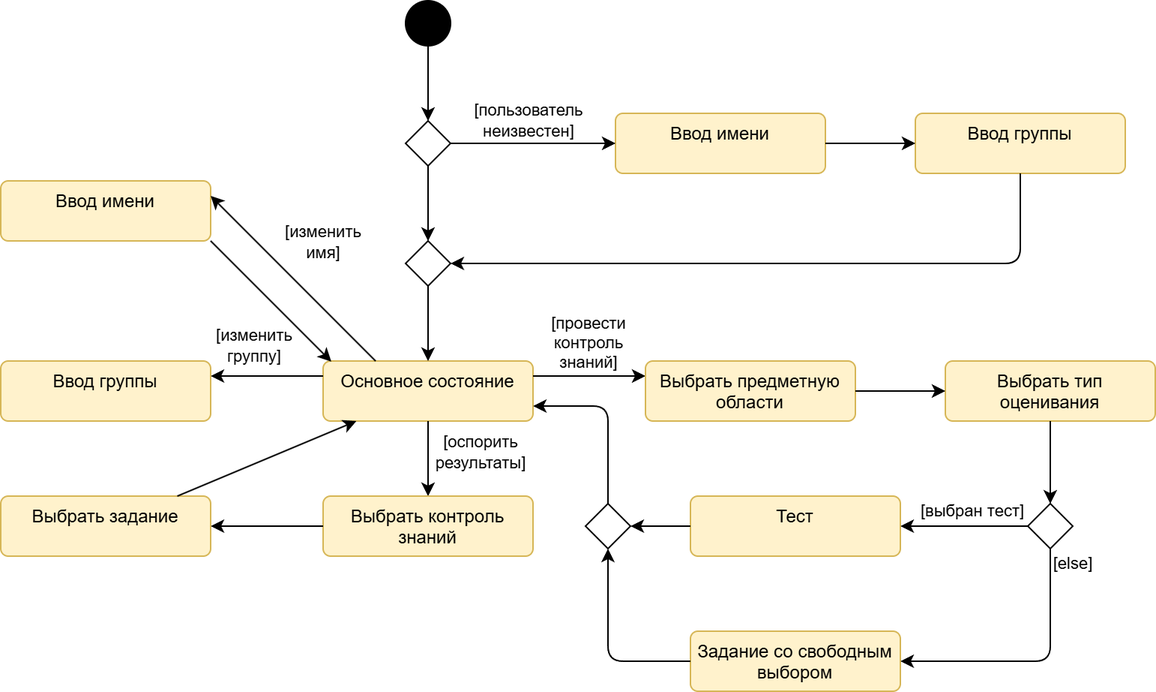
Before: docs/diagrams/state_machine.png, a diagram exported from draw.io (aVorotnikov/ontologer). Source tidied: cells renumbered, new cells last; positions are measured from the earlier drawing's top-left corner, leaving out a move shared by most shapes.
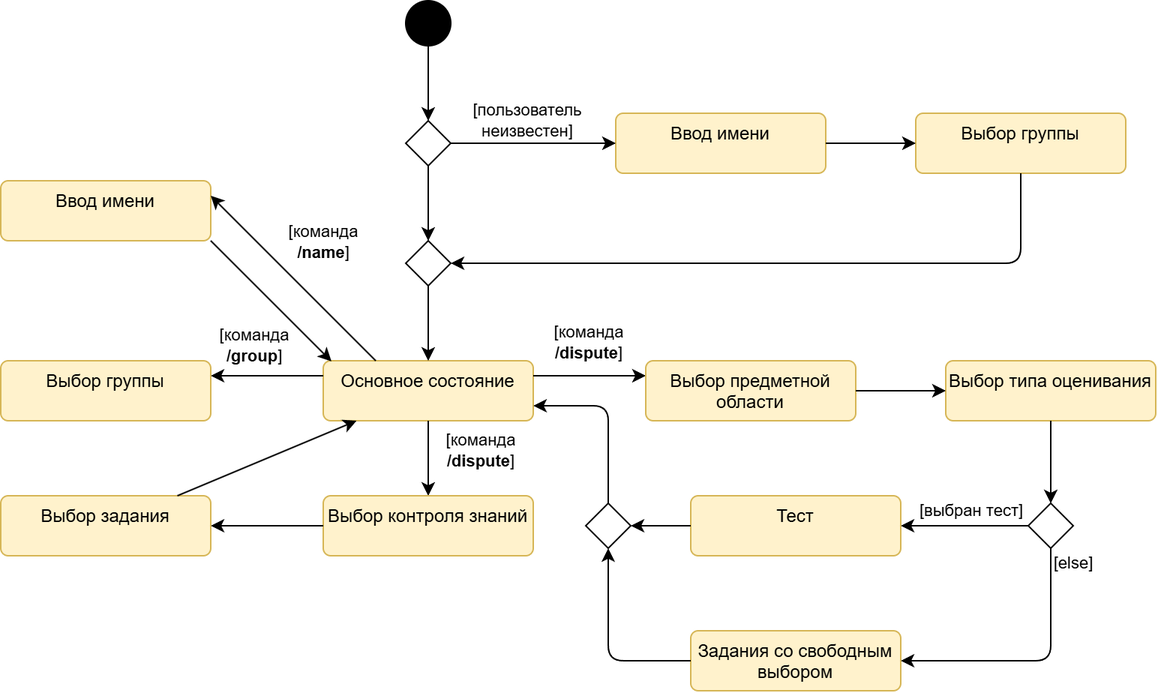
After the change.

Commit message:
Исправлены формулировки

The edit, as a diff of the source:
```diff
@@ -22,7 +22,7 @@
         <mxPoint y="-14" as="offset" />
       </mxGeometry>
     </mxCell>
-    <mxCell id="8" value="Ввод группы" style="html=1;align=center;verticalAlign=top;rounded=1;absoluteArcSize=1;arcSize=10;dashed=0;whiteSpace=wrap;fillColor=#fff2cc;strokeColor=#d6b656;" parent="1" vertex="1">
+    <mxCell id="8" value="Выбор&amp;nbsp;группы" style="html=1;align=center;verticalAlign=top;rounded=1;absoluteArcSize=1;arcSize=10;dashed=0;whiteSpace=wrap;fillColor=#fff2cc;strokeColor=#d6b656;" parent="1" vertex="1">
       <mxGeometry x="610" y="75" width="140" height="40" as="geometry" />
     </mxCell>
     <mxCell id="9" style="endArrow=classic;html=1;rounded=1;exitX=1;exitY=0.5;exitDx=0;exitDy=0;entryX=0;entryY=0.5;entryDx=0;entryDy=0;curved=0;" parent="1" edge="1" source="5" target="8">
@@ -50,12 +50,12 @@
     <mxCell id="15" style="endArrow=classic;html=1;rounded=1;exitX=1;exitY=0.25;exitDx=0;exitDy=0;curved=0;entryX=0;entryY=0.25;entryDx=0;entryDy=0;" parent="1" edge="1" source="10" target="30">
       <mxGeometry relative="1" as="geometry" />
     </mxCell>
-    <mxCell id="16" value="[провести&lt;div&gt;контроль&lt;/div&gt;&lt;div&gt;знаний]&lt;/div&gt;" style="edgeLabel;html=1;align=center;verticalAlign=middle;" parent="15" vertex="1">
+    <mxCell id="16" value="[команда&lt;div&gt;&lt;span style=&quot;background-color: light-dark(#ffffff, var(--ge-dark-color, #121212)); color: light-dark(rgb(0, 0, 0), rgb(255, 255, 255));&quot;&gt;&lt;b&gt;/dispute&lt;/b&gt;]&lt;/span&gt;&lt;/div&gt;" style="edgeLabel;html=1;align=center;verticalAlign=middle;" parent="15" vertex="1">
       <mxGeometry x="-0.09" y="2" relative="1" as="geometry">
         <mxPoint x="2" y="-20" as="offset" />
       </mxGeometry>
     </mxCell>
-    <mxCell id="17" value="Ввод группы" style="html=1;align=center;verticalAlign=top;rounded=1;absoluteArcSize=1;arcSize=10;dashed=0;whiteSpace=wrap;fillColor=#fff2cc;strokeColor=#d6b656;" parent="1" vertex="1">
+    <mxCell id="17" value="Выбор группы" style="html=1;align=center;verticalAlign=top;rounded=1;absoluteArcSize=1;arcSize=10;dashed=0;whiteSpace=wrap;fillColor=#fff2cc;strokeColor=#d6b656;" parent="1" vertex="1">
       <mxGeometry y="240" width="140" height="40" as="geometry" />
     </mxCell>
     <mxCell id="18" style="endArrow=classic;html=1;rounded=1;exitX=1;exitY=1;exitDx=0;exitDy=0;curved=0;entryX=0.039;entryY=0.01;entryDx=0;entryDy=0;entryPerimeter=0;" parent="1" edge="1" source="23" target="10">
@@ -64,7 +64,7 @@
     <mxCell id="19" style="endArrow=classic;html=1;rounded=1;exitX=0;exitY=0.25;exitDx=0;exitDy=0;entryX=1;entryY=0.25;entryDx=0;entryDy=0;curved=0;" parent="1" edge="1" source="10" target="17">
       <mxGeometry relative="1" as="geometry" />
     </mxCell>
-    <mxCell id="20" value="[изменить&lt;div&gt;группу]&lt;/div&gt;" style="edgeLabel;html=1;align=center;verticalAlign=middle;" parent="19" vertex="1">
+    <mxCell id="20" value="[команда&lt;div&gt;&lt;span style=&quot;background-color: light-dark(#ffffff, var(--ge-dark-color, #121212)); color: light-dark(rgb(0, 0, 0), rgb(255, 255, 255));&quot;&gt;&lt;b&gt;/group&lt;/b&gt;]&lt;/span&gt;&lt;/div&gt;" style="edgeLabel;html=1;align=center;verticalAlign=middle;" parent="19" vertex="1">
       <mxGeometry x="-0.09" y="2" relative="1" as="geometry">
         <mxPoint x="-12" y="-22" as="offset" />
       </mxGeometry>
@@ -72,7 +72,7 @@
     <mxCell id="21" style="endArrow=classic;html=1;rounded=1;curved=0;" parent="1" edge="1" source="10" target="26">
       <mxGeometry relative="1" as="geometry" />
     </mxCell>
-    <mxCell id="22" value="[оспорить&lt;div&gt;результаты]&lt;/div&gt;" style="edgeLabel;html=1;align=center;verticalAlign=middle;" parent="21" vertex="1">
+    <mxCell id="22" value="[команда&lt;div&gt;&lt;span style=&quot;background-color: light-dark(#ffffff, var(--ge-dark-color, #121212)); color: light-dark(rgb(0, 0, 0), rgb(255, 255, 255));&quot;&gt;&lt;b&gt;/dispute&lt;/b&gt;]&lt;/span&gt;&lt;/div&gt;" style="edgeLabel;html=1;align=center;verticalAlign=middle;" parent="21" vertex="1">
       <mxGeometry x="-0.11" y="1" relative="1" as="geometry">
         <mxPoint x="34" y="-2" as="offset" />
       </mxGeometry>
@@ -83,15 +83,15 @@
     <mxCell id="24" style="endArrow=classic;html=1;rounded=1;curved=0;entryX=1;entryY=0.25;entryDx=0;entryDy=0;exitX=0.25;exitY=0;exitDx=0;exitDy=0;" parent="1" edge="1" source="10" target="23">
       <mxGeometry relative="1" as="geometry" />
     </mxCell>
-    <mxCell id="25" value="[изменить&lt;div&gt;имя]&lt;/div&gt;" style="edgeLabel;html=1;align=center;verticalAlign=middle;" parent="24" vertex="1">
+    <mxCell id="25" value="[команда&lt;div&gt;&lt;b&gt;/name&lt;/b&gt;&lt;span style=&quot;background-color: light-dark(#ffffff, var(--ge-dark-color, #121212)); color: light-dark(rgb(0, 0, 0), rgb(255, 255, 255));&quot;&gt;]&lt;/span&gt;&lt;/div&gt;" style="edgeLabel;html=1;align=center;verticalAlign=middle;" parent="24" vertex="1">
       <mxGeometry x="-0.09" y="2" relative="1" as="geometry">
         <mxPoint x="16" y="-31" as="offset" />
       </mxGeometry>
     </mxCell>
-    <mxCell id="26" value="Выбрать контроль знаний" style="html=1;align=center;verticalAlign=top;rounded=1;absoluteArcSize=1;arcSize=10;dashed=0;whiteSpace=wrap;fillColor=#fff2cc;strokeColor=#d6b656;" parent="1" vertex="1">
+    <mxCell id="26" value="Выбор&amp;nbsp;контроля знаний" style="html=1;align=center;verticalAlign=top;rounded=1;absoluteArcSize=1;arcSize=10;dashed=0;whiteSpace=wrap;fillColor=#fff2cc;strokeColor=#d6b656;" parent="1" vertex="1">
       <mxGeometry x="215" y="330" width="140" height="40" as="geometry" />
     </mxCell>
-    <mxCell id="27" value="Выбрать задание" style="html=1;align=center;verticalAlign=top;rounded=1;absoluteArcSize=1;arcSize=10;dashed=0;whiteSpace=wrap;fillColor=#fff2cc;strokeColor=#d6b656;" parent="1" vertex="1">
+    <mxCell id="27" value="Выбор задания" style="html=1;align=center;verticalAlign=top;rounded=1;absoluteArcSize=1;arcSize=10;dashed=0;whiteSpace=wrap;fillColor=#fff2cc;strokeColor=#d6b656;" parent="1" vertex="1">
       <mxGeometry y="330" width="140" height="40" as="geometry" />
     </mxCell>
     <mxCell id="28" style="endArrow=classic;html=1;rounded=1;curved=0;" parent="1" edge="1" source="26" target="27">
@@ -100,10 +100,10 @@
     <mxCell id="29" style="endArrow=classic;html=1;rounded=1;curved=0;" parent="1" edge="1" source="27" target="10">
       <mxGeometry relative="1" as="geometry" />
     </mxCell>
-    <mxCell id="30" value="Выбрать предметную области" style="html=1;align=center;verticalAlign=top;rounded=1;absoluteArcSize=1;arcSize=10;dashed=0;whiteSpace=wrap;fillColor=#fff2cc;strokeColor=#d6b656;" parent="1" vertex="1">
+    <mxCell id="30" value="Выбор&amp;nbsp;предметной области" style="html=1;align=center;verticalAlign=top;rounded=1;absoluteArcSize=1;arcSize=10;dashed=0;whiteSpace=wrap;fillColor=#fff2cc;strokeColor=#d6b656;" parent="1" vertex="1">
       <mxGeometry x="430" y="240" width="140" height="40" as="geometry" />
     </mxCell>
-    <mxCell id="31" value="Выбрать тип оценивания" style="html=1;align=center;verticalAlign=top;rounded=1;absoluteArcSize=1;arcSize=10;dashed=0;whiteSpace=wrap;fillColor=#fff2cc;strokeColor=#d6b656;" parent="1" vertex="1">
+    <mxCell id="31" value="Выбор&amp;nbsp;типа оценивания" style="html=1;align=center;verticalAlign=top;rounded=1;absoluteArcSize=1;arcSize=10;dashed=0;whiteSpace=wrap;fillColor=#fff2cc;strokeColor=#d6b656;" parent="1" vertex="1">
       <mxGeometry x="630" y="240" width="140" height="40" as="geometry" />
     </mxCell>
     <mxCell id="32" style="endArrow=classic;html=1;rounded=1;exitX=1;exitY=0.5;exitDx=0;exitDy=0;curved=0;" parent="1" edge="1" source="30" target="31">
@@ -118,7 +118,7 @@
     <mxCell id="35" value="Тест" style="html=1;align=center;verticalAlign=top;rounded=1;absoluteArcSize=1;arcSize=10;dashed=0;whiteSpace=wrap;fillColor=#fff2cc;strokeColor=#d6b656;" parent="1" vertex="1">
       <mxGeometry x="460" y="330" width="140" height="40" as="geometry" />
     </mxCell>
-    <mxCell id="36" value="Задание со свободным выбором" style="html=1;align=center;verticalAlign=top;rounded=1;absoluteArcSize=1;arcSize=10;dashed=0;whiteSpace=wrap;fillColor=#fff2cc;strokeColor=#d6b656;" parent="1" vertex="1">
+    <mxCell id="36" value="Задания со свободным выбором" style="html=1;align=center;verticalAlign=top;rounded=1;absoluteArcSize=1;arcSize=10;dashed=0;whiteSpace=wrap;fillColor=#fff2cc;strokeColor=#d6b656;" parent="1" vertex="1">
       <mxGeometry x="460" y="420" width="140" height="40" as="geometry" />
     </mxCell>
     <mxCell id="37" style="endArrow=classic;html=1;rounded=1;exitX=0;exitY=0.5;exitDx=0;exitDy=0;curved=0;" parent="1" edge="1" source="33" target="35">
```
